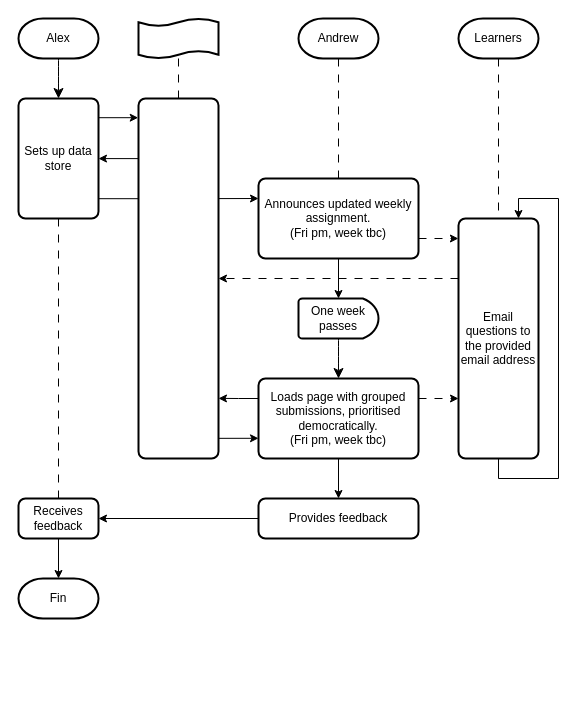
Before: flow.drawio in FCOT-Digital/FEED, a draw.io diagram. Source tidied: cells renumbered, new cells numbered last; positions are measured from the earlier drawing's top-left corner, leaving out a move shared by most shapes. Both pictures are drawn from the tidied source at 100%, with x=0, y=0 at pixel (18, 18).
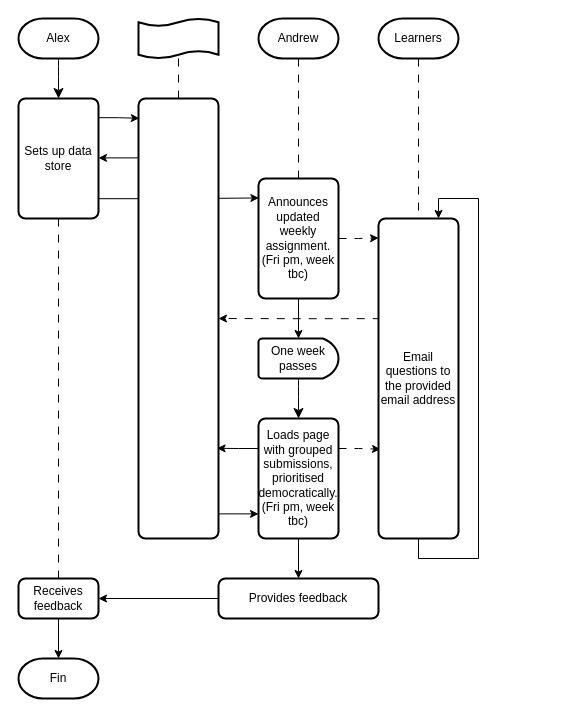
The same diagram, later.

Commit message:
Flow diagram portrait layout

The change refers to these unchanged cells:
```xml
<mxCell id="19" value="Sets up data store" style="rounded=1;whiteSpace=wrap;html=1;absoluteArcSize=1;arcSize=14;strokeWidth=2;" parent="1" vertex="1">
  <mxGeometry y="80" width="80" height="120" as="geometry" />
</mxCell>
```

The edit, as a diff of the source:
```diff
@@
     <mxCell id="3" value="Andrew" style="strokeWidth=2;html=1;shape=mxgraph.flowchart.terminator;whiteSpace=wrap;" parent="1" vertex="1">
-      <mxGeometry x="280" width="80" height="40" as="geometry" />
+      <mxGeometry x="240" width="80" height="40" as="geometry" />
     </mxCell>
-    <mxCell id="4" style="edgeStyle=orthogonalEdgeStyle;rounded=0;jettySize=auto;html=1;exitX=1;exitY=0.75;exitDx=0;exitDy=0;entryX=-0.001;entryY=0.087;entryDx=0;entryDy=0;defaultLabelBackgroundColor=page;dashed=1;dashPattern=8 8;entryPerimeter=0;" parent="1" edge="1" source="5" target="13">
+    <mxCell id="4" style="edgeStyle=orthogonalEdgeStyle;rounded=0;jettySize=auto;html=1;exitX=1;exitY=0.5;exitDx=0;exitDy=0;entryX=0.001;entryY=0.061;entryDx=0;entryDy=0;defaultLabelBackgroundColor=page;dashed=1;dashPattern=8 8;entryPerimeter=0;" parent="1" edge="1" source="5" target="13">
       <mxGeometry x="-0.02" relative="1" as="geometry" />
     </mxCell>
     <mxCell id="5" value="Announces updated weekly assignment.&lt;div&gt;&lt;span style=&quot;background-color: transparent; color: light-dark(#000000, var(--ge-light-color, #ffffff));&quot;&gt;(Fri pm, week tbc)&lt;/span&gt;&lt;/div&gt;" style="rounded=1;whiteSpace=wrap;html=1;absoluteArcSize=1;arcSize=14;strokeWidth=2;" parent="1" vertex="1">
-      <mxGeometry x="240" y="160" width="160" height="80" as="geometry" />
+      <mxGeometry x="240" y="160" width="80" height="120" as="geometry" />
     </mxCell>
@@
-    <mxCell id="8" style="edgeStyle=orthogonalEdgeStyle;rounded=0;jettySize=auto;html=1;exitX=1;exitY=0.25;exitDx=0;exitDy=0;entryX=0;entryY=0.75;entryDx=0;entryDy=0;defaultLabelBackgroundColor=page;dashed=1;dashPattern=8 8;" parent="1" edge="1" source="9" target="13">
+    <mxCell id="8" style="edgeStyle=orthogonalEdgeStyle;rounded=0;jettySize=auto;html=1;exitX=1;exitY=0.25;exitDx=0;exitDy=0;entryX=0.025;entryY=0.721;entryDx=0;entryDy=0;defaultLabelBackgroundColor=page;dashed=1;dashPattern=8 8;entryPerimeter=0;" parent="1" edge="1" source="9" target="13">
       <mxGeometry relative="1" as="geometry" />
     </mxCell>
     <mxCell id="9" value="Loads page with grouped submissions, prioritised democratically.&lt;div&gt;(Fri pm, week tbc)&lt;/div&gt;" style="rounded=1;whiteSpace=wrap;html=1;absoluteArcSize=1;arcSize=14;strokeWidth=2;" parent="1" vertex="1">
-      <mxGeometry x="240" y="360" width="160" height="80" as="geometry" />
+      <mxGeometry x="240" y="400" width="80" height="120" as="geometry" />
     </mxCell>
@@
     <mxCell id="11" value="Learners" style="strokeWidth=2;html=1;shape=mxgraph.flowchart.terminator;whiteSpace=wrap;" parent="1" vertex="1">
-      <mxGeometry x="440" width="80" height="40" as="geometry" />
+      <mxGeometry x="360" width="80" height="40" as="geometry" />
     </mxCell>
-    <mxCell id="12" style="edgeStyle=orthogonalEdgeStyle;rounded=0;jettySize=auto;html=1;exitX=0;exitY=0.25;exitDx=0;exitDy=0;entryX=1;entryY=0.5;entryDx=0;entryDy=0;defaultLabelBackgroundColor=page;dashed=1;dashPattern=8 8;" parent="1" edge="1" source="13" target="22">
-      <mxGeometry x="0.25" relative="1" as="geometry" />
+    <mxCell id="12" style="edgeStyle=orthogonalEdgeStyle;rounded=0;jettySize=auto;html=1;exitX=0.028;exitY=0.313;exitDx=0;exitDy=0;entryX=1;entryY=0.5;entryDx=0;entryDy=0;defaultLabelBackgroundColor=page;dashed=1;dashPattern=8 8;exitPerimeter=0;" parent="1" edge="1" source="13" target="22">
+      <mxGeometry x="0.06" relative="1" as="geometry" />
     </mxCell>
     <mxCell id="13" value="Email questions to the provided email address" style="rounded=1;whiteSpace=wrap;html=1;absoluteArcSize=1;arcSize=14;strokeWidth=2;" parent="1" vertex="1">
-      <mxGeometry x="440" y="200" width="80" height="240" as="geometry" />
+      <mxGeometry x="360" y="200" width="80" height="320" as="geometry" />
     </mxCell>
@@
-    <mxCell id="16" style="edgeStyle=orthogonalEdgeStyle;rounded=0;jettySize=auto;html=1;exitX=1.002;exitY=0.16;exitDx=0;exitDy=0;defaultLabelBackgroundColor=page;exitPerimeter=0;entryX=-0.004;entryY=0.051;entryDx=0;entryDy=0;entryPerimeter=0;" parent="1" edge="1" source="19" target="22">
-      <mxGeometry x="-0.2" relative="1" as="geometry" />
+    <mxCell id="16" style="edgeStyle=orthogonalEdgeStyle;rounded=0;jettySize=auto;html=1;exitX=1.002;exitY=0.16;exitDx=0;exitDy=0;defaultLabelBackgroundColor=page;exitPerimeter=0;entryX=0.01;entryY=0.045;entryDx=0;entryDy=0;entryPerimeter=0;" parent="1" edge="1" source="19" target="22">
+      <mxGeometry x="-0.18" relative="1" as="geometry" />
     </mxCell>
-    <mxCell id="17" style="edgeStyle=orthogonalEdgeStyle;rounded=0;jettySize=auto;html=1;defaultLabelBackgroundColor=page;entryX=0;entryY=0.25;entryDx=0;entryDy=0;exitX=1;exitY=0.835;exitDx=0;exitDy=0;exitPerimeter=0;" parent="1" edge="1" source="19" target="5">
-      <mxGeometry x="-0.33" relative="1" as="geometry" />
+    <mxCell id="17" style="edgeStyle=orthogonalEdgeStyle;rounded=0;jettySize=auto;html=1;defaultLabelBackgroundColor=page;entryX=0.005;entryY=0.162;entryDx=0;entryDy=0;exitX=1;exitY=0.835;exitDx=0;exitDy=0;exitPerimeter=0;entryPerimeter=0;" parent="1" edge="1" source="19" target="5">
+      <mxGeometry x="-0.31" relative="1" as="geometry" />
     </mxCell>
@@
-    <mxCell id="21" style="edgeStyle=orthogonalEdgeStyle;rounded=0;jettySize=auto;html=1;entryX=1;entryY=0.5;entryDx=0;entryDy=0;defaultLabelBackgroundColor=page;exitX=-0.005;exitY=0.167;exitDx=0;exitDy=0;exitPerimeter=0;" parent="1" edge="1" source="22" target="19">
+    <mxCell id="21" style="edgeStyle=orthogonalEdgeStyle;rounded=0;jettySize=auto;html=1;entryX=1;entryY=0.5;entryDx=0;entryDy=0;defaultLabelBackgroundColor=page;exitX=-0.001;exitY=0.135;exitDx=0;exitDy=0;exitPerimeter=0;" parent="1" edge="1" source="22" target="19">
       <mxGeometry x="-0.08" relative="1" as="geometry" />
     </mxCell>
     <mxCell id="22" style="rounded=1;whiteSpace=wrap;html=1;absoluteArcSize=1;arcSize=14;strokeWidth=2;" parent="1" vertex="1">
-      <mxGeometry x="120" y="80" width="80" height="360" as="geometry" />
+      <mxGeometry x="120" y="80" width="80" height="440" as="geometry" />
     </mxCell>
@@
-    <mxCell id="25" style="edgeStyle=orthogonalEdgeStyle;rounded=0;jettySize=auto;html=1;exitX=1.002;exitY=0.944;exitDx=0;exitDy=0;entryX=0;entryY=0.75;entryDx=0;entryDy=0;defaultLabelBackgroundColor=page;exitPerimeter=0;" parent="1" edge="1" source="22" target="9">
-      <mxGeometry x="0.03" relative="1" as="geometry" />
+    <mxCell id="25" style="edgeStyle=orthogonalEdgeStyle;rounded=0;jettySize=auto;html=1;exitX=1.002;exitY=0.944;exitDx=0;exitDy=0;entryX=0;entryY=0.797;entryDx=0;entryDy=0;defaultLabelBackgroundColor=page;exitPerimeter=0;entryPerimeter=0;" parent="1" edge="1" source="22" target="9">
+      <mxGeometry relative="1" as="geometry" />
     </mxCell>
-    <mxCell id="26" style="edgeStyle=orthogonalEdgeStyle;rounded=0;jettySize=auto;html=1;exitX=0;exitY=0.25;exitDx=0;exitDy=0;entryX=1;entryY=0.833;entryDx=0;entryDy=0;entryPerimeter=0;defaultLabelBackgroundColor=page;" parent="1" edge="1" source="9" target="22">
+    <mxCell id="26" style="edgeStyle=orthogonalEdgeStyle;rounded=0;jettySize=auto;html=1;exitX=0;exitY=0.25;exitDx=0;exitDy=0;entryX=0.982;entryY=0.795;entryDx=0;entryDy=0;entryPerimeter=0;defaultLabelBackgroundColor=page;" parent="1" edge="1" source="9" target="22">
       <mxGeometry relative="1" as="geometry" />
     </mxCell>
     <mxCell id="27" value="Receives feedback" style="rounded=1;whiteSpace=wrap;html=1;absoluteArcSize=1;arcSize=14;strokeWidth=2;" parent="1" vertex="1">
-      <mxGeometry y="480" width="80" height="40" as="geometry" />
+      <mxGeometry y="560" width="80" height="40" as="geometry" />
     </mxCell>
     <mxCell id="28" value="Fin" style="strokeWidth=2;html=1;shape=mxgraph.flowchart.terminator;whiteSpace=wrap;" parent="1" vertex="1">
-      <mxGeometry y="560" width="80" height="40" as="geometry" />
+      <mxGeometry y="640" width="80" height="40" as="geometry" />
     </mxCell>
@@
     <mxCell id="31" value="Provides feedback" style="rounded=1;whiteSpace=wrap;html=1;absoluteArcSize=1;arcSize=14;strokeWidth=2;" parent="1" vertex="1">
-      <mxGeometry x="240" y="480" width="160" height="40" as="geometry" />
+      <mxGeometry x="200" y="560" width="160" height="40" as="geometry" />
     </mxCell>
     <mxCell id="32" style="edgeStyle=orthogonalEdgeStyle;rounded=0;orthogonalLoop=1;jettySize=auto;html=1;innerLoopWaypoints=1;exitX=0.5;exitY=1;exitDx=0;exitDy=0;entryX=0.75;entryY=0;entryDx=0;entryDy=0;defaultLabelBackgroundColor=page;" parent="1" edge="1" source="13" target="13">
-      <mxGeometry x="-0.12" relative="1" as="geometry">
+      <mxGeometry x="-0.04" relative="1" as="geometry">
         <Array as="points">
-          <mxPoint x="480" y="460" />
-          <mxPoint x="540" y="460" />
-          <mxPoint x="540" y="180" />
-          <mxPoint x="500" y="180" />
+          <mxPoint x="400" y="540" />
+          <mxPoint x="460" y="540" />
+          <mxPoint x="460" y="180" />
+          <mxPoint x="420" y="180" />
         </Array>
       </mxGeometry>
     </mxCell>
     <mxCell id="33" value="One week passes" style="strokeWidth=2;html=1;shape=mxgraph.flowchart.delay;whiteSpace=wrap;" parent="1" vertex="1">
-      <mxGeometry x="280" y="280" width="80" height="40" as="geometry" />
+      <mxGeometry x="240" y="320" width="80" height="40" as="geometry" />
     </mxCell>
```
